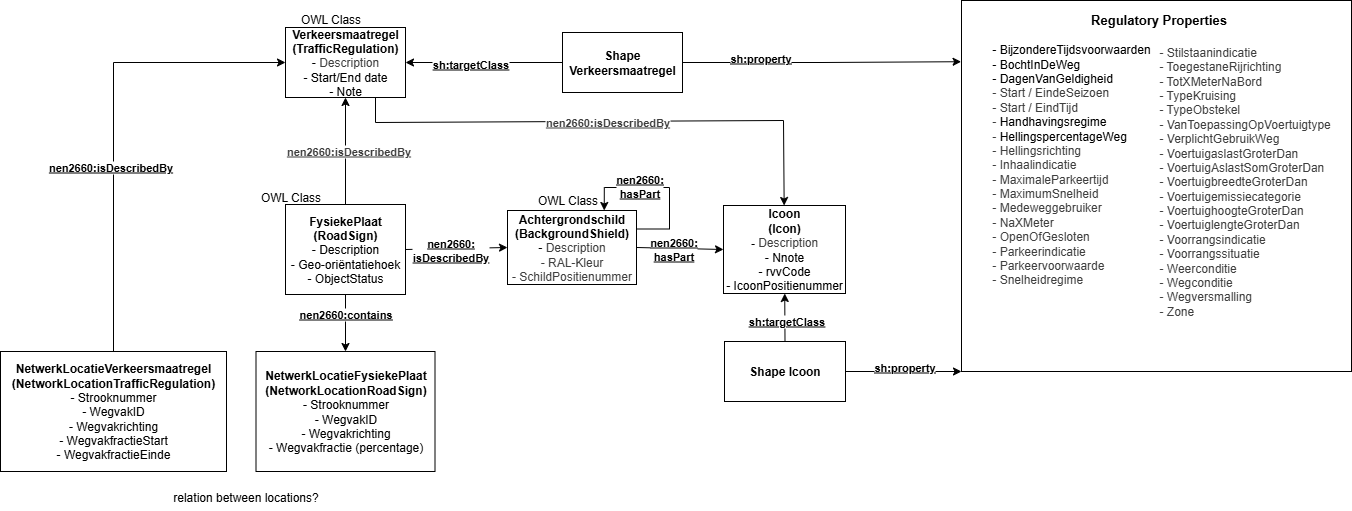
Earlier version of the draw.io export docs/InformationModelVerkeersborden_schema/informatiemodel-verkeersborden.png (Stichting-CROW/verkeersborden). Source tidied: cells renumbered, new cells last; positions are measured from the earlier drawing's top-left corner, leaving out a move shared by most shapes.
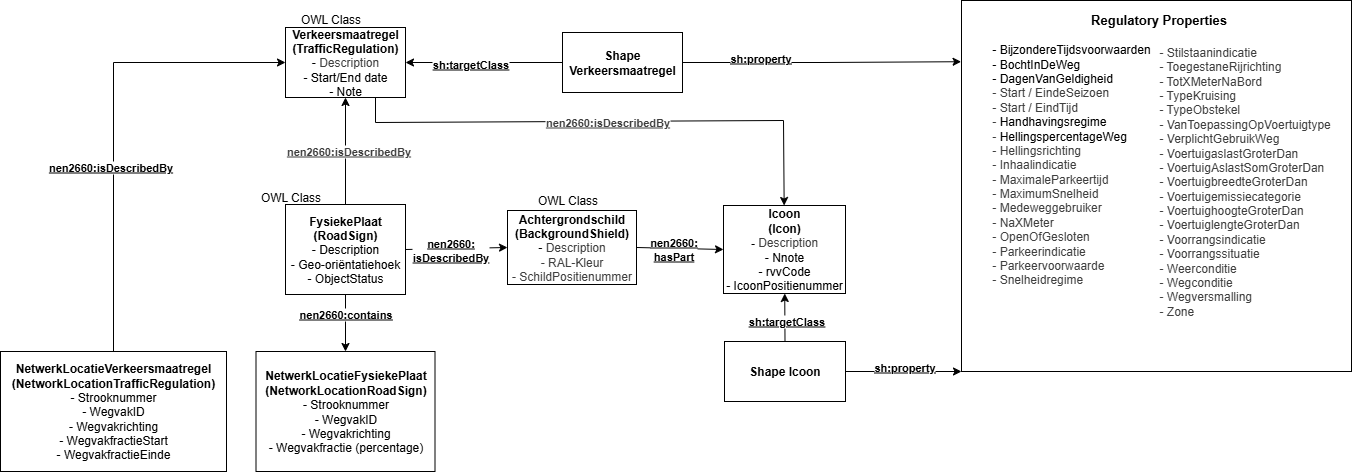
The same file after the commit.

Diff of the diagram source:
```diff
@@ -95,9 +95,6 @@
     <mxCell id="27" value="&lt;b&gt;&lt;font style=&quot;font-size: 13px;&quot;&gt;Regulatory Properties&lt;/font&gt;&lt;/b&gt;" style="text;html=1;align=center;verticalAlign=middle;whiteSpace=wrap;rounded=0;" parent="1" vertex="1">
       <mxGeometry x="1060.5" y="4" width="195" height="30" as="geometry" />
     </mxCell>
-    <mxCell id="28" value="relation between locations?" style="text;html=1;align=center;verticalAlign=middle;strokeColor=none;fillColor=none;" parent="1" vertex="1">
-      <mxGeometry x="163" y="484" width="163" height="26" as="geometry" />
-    </mxCell>
     <mxCell id="29" style="edgeStyle=none;html=1;" parent="1" edge="1" source="32" target="8">
       <mxGeometry relative="1" as="geometry" />
     </mxCell>
@@ -128,19 +125,5 @@
     <mxCell id="38" value="OWL Class" style="text;html=1;align=center;verticalAlign=middle;strokeColor=none;fillColor=none;" parent="1" vertex="1">
       <mxGeometry x="251" y="184" width="78" height="26" as="geometry" />
     </mxCell>
-    <mxCell id="39" style="edgeStyle=orthogonalEdgeStyle;rounded=0;orthogonalLoop=1;jettySize=auto;html=1;exitX=1;exitY=0.25;exitDx=0;exitDy=0;entryX=0.75;entryY=0;entryDx=0;entryDy=0;" parent="1" edge="1" source="24" target="24">
-      <mxGeometry relative="1" as="geometry">
-        <Array as="points">
-          <mxPoint x="669" y="229" />
-          <mxPoint x="669" y="187" />
-          <mxPoint x="604" y="187" />
-        </Array>
-      </mxGeometry>
-    </mxCell>
-    <mxCell id="40" value="&lt;div&gt;&lt;b&gt;&lt;u&gt;nen2660:&lt;/u&gt;&lt;/b&gt;&lt;/div&gt;&lt;div&gt;&lt;b&gt;&lt;u&gt;hasPart&lt;/u&gt;&lt;/b&gt;&lt;/div&gt;" style="edgeLabel;html=1;align=center;verticalAlign=middle;" parent="1" vertex="1">
-      <mxGeometry x="653" y="247" as="geometry">
-        <mxPoint x="-15" y="-62" as="offset" />
-      </mxGeometry>
-    </mxCell>
   </root>
 </mxGraphModel>
```
